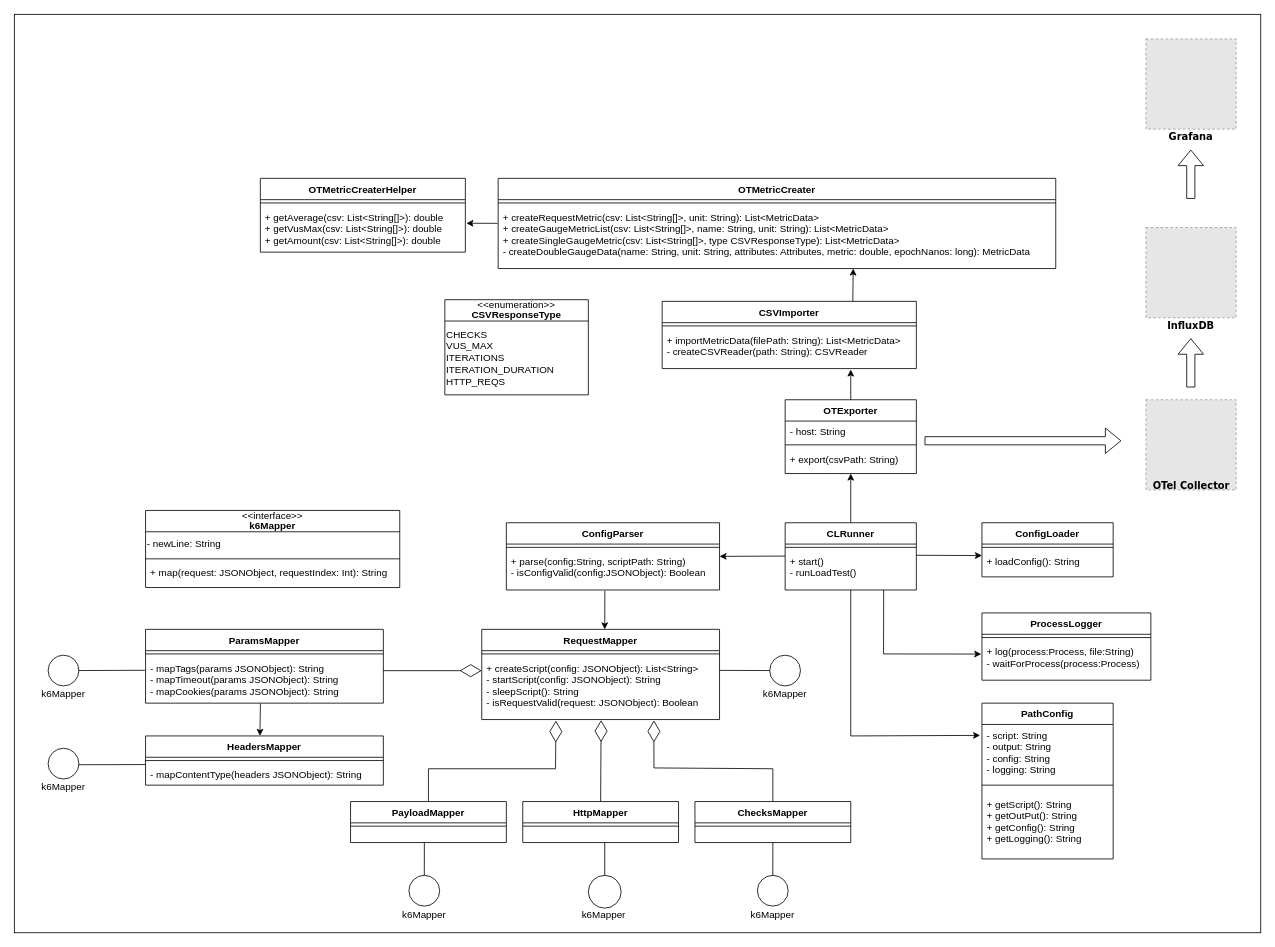
EddeCCC/k6-java-test keeps this draw.io diagram as docu/ClassDiagram.drawio. Above is the earlier version. Source tidied: cells renumbered, new cells numbered last; positions are measured from the earlier drawing's top-left corner, leaving out a move shared by most shapes. Both pictures are drawn from the tidied source at 82%, with x=0, y=0 at pixel (14, 14). Pictures stored in the file or linked from it are replaced by grey dashed boxes.
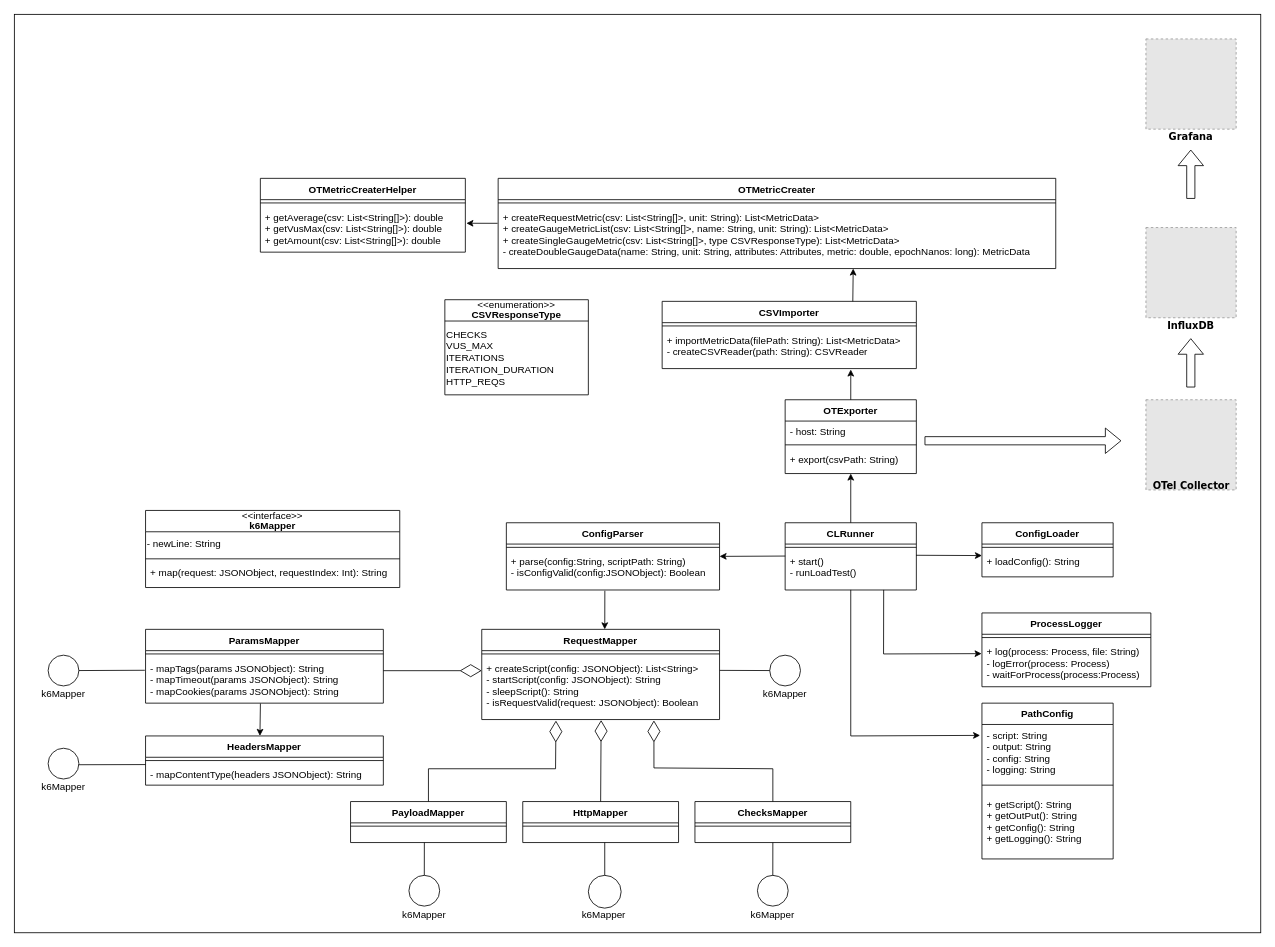
The same page after the edit.

Unchanged cells that the change refers to:
```xml
<mxCell id="5" value="+ start()&#10;- runLoadTest()&#10;" style="text;align=left;verticalAlign=top;spacingLeft=4;spacingRight=4;overflow=hidden;points=[[0,0.5],[1,0.5]];portConstraint=eastwest;" parent="3" vertex="1">
  <mxGeometry y="34" width="160" height="48" as="geometry" />
</mxCell>
```

Diff of the diagram source:
```diff
@@
     <mxCell id="17" value="ProcessLogger" style="swimlane;fontStyle=1;align=center;verticalAlign=top;horizontal=1;startSize=26;rounded=0;shadow=0;strokeWidth=1;" parent="1" vertex="1">
-      <mxGeometry x="1180" y="730" width="206" height="82" as="geometry" />
+      <mxGeometry x="1180" y="730" width="206" height="90" as="geometry" />
     </mxCell>
@@
-    <mxCell id="19" value="+ log(process:Process, file:String)&#10;- waitForProcess(process:Process)&#10;" style="text;align=left;verticalAlign=top;spacingLeft=4;spacingRight=4;overflow=hidden;points=[[0,0.5],[1,0.5]];portConstraint=eastwest;" parent="17" vertex="1">
-      <mxGeometry y="34" width="206" height="48" as="geometry" />
+    <mxCell id="19" value="+ log(process: Process, file: String)&#10;- logError(process: Process)&#10;- waitForProcess(process:Process)&#10;&#10;" style="text;align=left;verticalAlign=top;spacingLeft=4;spacingRight=4;overflow=hidden;points=[[0,0.5],[1,0.5]];portConstraint=eastwest;" parent="17" vertex="1">
+      <mxGeometry y="34" width="206" height="56" as="geometry" />
     </mxCell>
@@
-    <mxCell id="25" style="endArrow=classic;html=1;rounded=0;exitX=0.751;exitY=0.998;exitDx=0;exitDy=0;exitPerimeter=0;entryX=-0.004;entryY=0.336;entryDx=0;entryDy=0;entryPerimeter=0;" parent="1" edge="1" source="5" target="19">
+    <mxCell id="25" style="endArrow=classic;html=1;rounded=0;exitX=0.751;exitY=0.998;exitDx=0;exitDy=0;exitPerimeter=0;entryX=-0.002;entryY=0.279;entryDx=0;entryDy=0;entryPerimeter=0;" parent="1" edge="1" source="5" target="19">
       <mxGeometry relative="1" as="geometry">
         <Array as="points">
           <mxPoint x="1060" y="780" />
         </Array>
       </mxGeometry>
     </mxCell>
```
